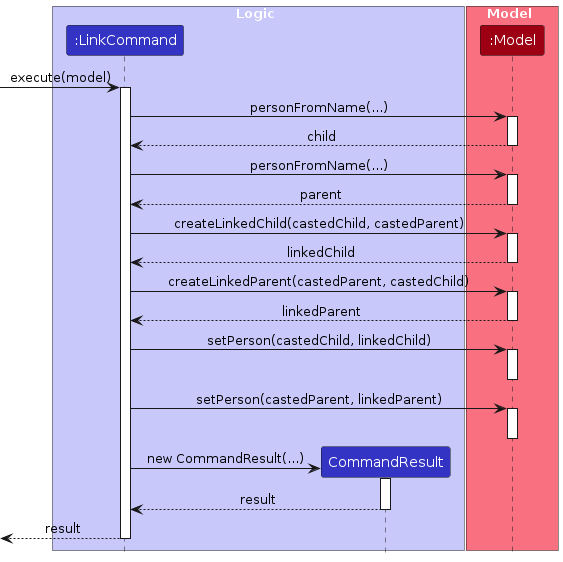
The PlantUML diagram diagrams/LinkExecuteSequenceDiagram.png in AY2425-CS2103T-T09-4/tp, before a commit. Its source is kept beside it as diagrams/LinkExecuteSequenceDiagram.puml.
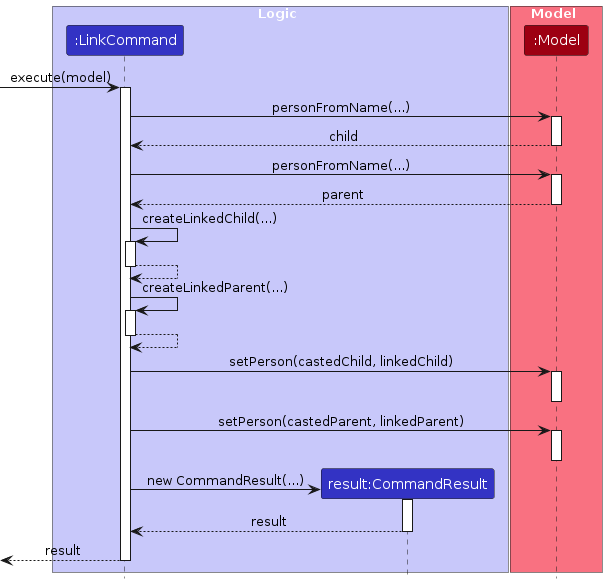
The same diagram one commit later.

Change to the diagram source:
```diff
@@ -4,11 +4,12 @@
 
 box Logic LOGIC_COLOR_T1
 participant ":LinkCommand" as LinkCommand LOGIC_COLOR
-participant "CommandResult" as CommandResult LOGIC_COLOR
+participant "result:CommandResult" as CommandResult LOGIC_COLOR
 end box
 
 box Model MODEL_COLOR_T1
 participant ":Model" as Model MODEL_COLOR
+
 end box
 
 [-> LinkCommand : execute(model)
@@ -26,15 +27,17 @@
 deactivate Model
 
 
-LinkCommand -> Model : createLinkedChild(castedChild, castedParent)
-activate Model
-Model --> LinkCommand : linkedChild
-deactivate Model
+LinkCommand -> LinkCommand : createLinkedChild(...)
+activate LinkCommand
+LinkCommand --> LinkCommand
+deactivate LinkCommand
 
-LinkCommand -> Model : createLinkedParent(castedParent, castedChild)
-activate Model
-Model --> LinkCommand : linkedParent
-deactivate Model
+
+LinkCommand -> LinkCommand : createLinkedParent(...)
+activate LinkCommand
+LinkCommand --> LinkCommand
+deactivate LinkCommand
+
 
 LinkCommand -> Model : setPerson(castedChild, linkedChild)
 activate Model
```
